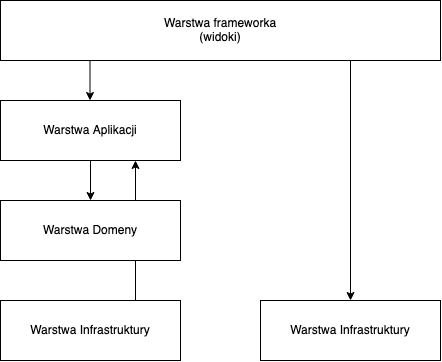
Earlier version of the draw.io export diagrams/6_3_separate_stacks_no_queries.drawio.png (Enforcer/implementing-the-clean-architecture). Source tidied: cells renumbered, new cells last; positions are measured from the earlier drawing's top-left corner, leaving out a move shared by most shapes. Source of this version:
```xml
<mxGraphModel>
  <root>
    <mxCell id="0" />
    <mxCell id="1" parent="0" />
    <mxCell id="2" value="&lt;div&gt;Warstwa frameworka&lt;/div&gt;&lt;div&gt;(widoki)&lt;/div&gt;" style="rounded=0;whiteSpace=wrap;html=1;shadow=0;comic=0;strokeWidth=1;fillColor=#ffffff;fontSize=12;align=center;strokeColor=#000000;" parent="1" vertex="1">
      <mxGeometry width="440" height="60" as="geometry" />
    </mxCell>
    <mxCell id="3" style="edgeStyle=orthogonalEdgeStyle;rounded=0;html=1;exitX=0.5;exitY=1;entryX=0.5;entryY=0;endArrow=classic;endFill=1;endSize=6;jettySize=auto;strokeWidth=1;fontSize=12;" parent="1" edge="1" source="4" target="6">
      <mxGeometry relative="1" as="geometry" />
    </mxCell>
    <mxCell id="4" value="Warstwa Aplikacji" style="rounded=0;whiteSpace=wrap;html=1;shadow=0;comic=0;strokeWidth=1;fillColor=#ffffff;fontSize=12;align=center;strokeColor=#000000;" parent="1" vertex="1">
      <mxGeometry y="100" width="180" height="60" as="geometry" />
    </mxCell>
    <mxCell id="5" style="edgeStyle=orthogonalEdgeStyle;rounded=0;jettySize=auto;html=1;exitX=0.75;exitY=0;exitDx=0;exitDy=0;entryX=0.75;entryY=1;entryDx=0;entryDy=0;fontFamily=Courier New;fontSize=11;startArrow=none;startFill=0;endArrow=classic;endFill=1;" parent="1" edge="1" source="7" target="4">
      <mxGeometry relative="1" as="geometry" />
    </mxCell>
    <mxCell id="6" value="Warstwa Domeny" style="rounded=0;whiteSpace=wrap;html=1;shadow=0;comic=0;strokeWidth=1;fillColor=#ffffff;fontSize=12;align=center;strokeColor=#000000;" parent="1" vertex="1">
      <mxGeometry y="200" width="180" height="60" as="geometry" />
    </mxCell>
    <mxCell id="7" value="Warstwa Infrastruktury" style="rounded=0;whiteSpace=wrap;html=1;shadow=0;comic=0;strokeWidth=1;fillColor=#ffffff;fontSize=12;align=center;strokeColor=#000000;" parent="1" vertex="1">
      <mxGeometry y="300" width="180" height="60" as="geometry" />
    </mxCell>
    <mxCell id="8" style="edgeStyle=orthogonalEdgeStyle;rounded=0;html=1;exitX=0.5;exitY=1;entryX=0.5;entryY=0;endArrow=classic;endFill=1;endSize=6;jettySize=auto;strokeWidth=1;fontSize=12;entryDx=0;entryDy=0;" parent="1" edge="1" target="10">
      <mxGeometry relative="1" as="geometry">
        <mxPoint x="350" y="60" as="sourcePoint" />
      </mxGeometry>
    </mxCell>
    <mxCell id="9" style="edgeStyle=orthogonalEdgeStyle;rounded=0;html=1;exitX=0.5;exitY=1;entryX=0.5;entryY=0;endArrow=classic;endFill=1;endSize=6;jettySize=auto;orthogonalLoop=1;strokeWidth=1;fontSize=12;" parent="1" edge="1">
      <mxGeometry relative="1" as="geometry">
        <mxPoint x="89.5" y="60" as="sourcePoint" />
        <mxPoint x="89.5" y="100" as="targetPoint" />
      </mxGeometry>
    </mxCell>
    <mxCell id="10" value="Warstwa Infrastruktury" style="rounded=0;whiteSpace=wrap;html=1;shadow=0;comic=0;strokeWidth=1;fillColor=#ffffff;fontSize=12;align=center;strokeColor=#000000;" parent="1" vertex="1">
      <mxGeometry x="260" y="300" width="180" height="60" as="geometry" />
    </mxCell>
  </root>
</mxGraphModel>
```
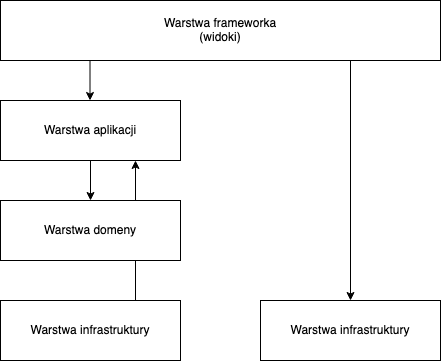
The same diagram one commit later.

What changed in the source:
```diff
@@ -8,16 +8,16 @@
     <mxCell id="3" style="edgeStyle=orthogonalEdgeStyle;rounded=0;html=1;exitX=0.5;exitY=1;entryX=0.5;entryY=0;endArrow=classic;endFill=1;endSize=6;jettySize=auto;strokeWidth=1;fontSize=12;" parent="1" edge="1" source="4" target="6">
       <mxGeometry relative="1" as="geometry" />
     </mxCell>
-    <mxCell id="4" value="Warstwa Aplikacji" style="rounded=0;whiteSpace=wrap;html=1;shadow=0;comic=0;strokeWidth=1;fillColor=#ffffff;fontSize=12;align=center;strokeColor=#000000;" parent="1" vertex="1">
+    <mxCell id="4" value="Warstwa aplikacji" style="rounded=0;whiteSpace=wrap;html=1;shadow=0;comic=0;strokeWidth=1;fillColor=#ffffff;fontSize=12;align=center;strokeColor=#000000;" parent="1" vertex="1">
       <mxGeometry y="100" width="180" height="60" as="geometry" />
     </mxCell>
     <mxCell id="5" style="edgeStyle=orthogonalEdgeStyle;rounded=0;jettySize=auto;html=1;exitX=0.75;exitY=0;exitDx=0;exitDy=0;entryX=0.75;entryY=1;entryDx=0;entryDy=0;fontFamily=Courier New;fontSize=11;startArrow=none;startFill=0;endArrow=classic;endFill=1;" parent="1" edge="1" source="7" target="4">
       <mxGeometry relative="1" as="geometry" />
     </mxCell>
-    <mxCell id="6" value="Warstwa Domeny" style="rounded=0;whiteSpace=wrap;html=1;shadow=0;comic=0;strokeWidth=1;fillColor=#ffffff;fontSize=12;align=center;strokeColor=#000000;" parent="1" vertex="1">
+    <mxCell id="6" value="Warstwa domeny" style="rounded=0;whiteSpace=wrap;html=1;shadow=0;comic=0;strokeWidth=1;fillColor=#ffffff;fontSize=12;align=center;strokeColor=#000000;" parent="1" vertex="1">
       <mxGeometry y="200" width="180" height="60" as="geometry" />
     </mxCell>
-    <mxCell id="7" value="Warstwa Infrastruktury" style="rounded=0;whiteSpace=wrap;html=1;shadow=0;comic=0;strokeWidth=1;fillColor=#ffffff;fontSize=12;align=center;strokeColor=#000000;" parent="1" vertex="1">
+    <mxCell id="7" value="Warstwa infrastruktury" style="rounded=0;whiteSpace=wrap;html=1;shadow=0;comic=0;strokeWidth=1;fillColor=#ffffff;fontSize=12;align=center;strokeColor=#000000;" parent="1" vertex="1">
       <mxGeometry y="300" width="180" height="60" as="geometry" />
     </mxCell>
     <mxCell id="8" style="edgeStyle=orthogonalEdgeStyle;rounded=0;html=1;exitX=0.5;exitY=1;entryX=0.5;entryY=0;endArrow=classic;endFill=1;endSize=6;jettySize=auto;strokeWidth=1;fontSize=12;entryDx=0;entryDy=0;" parent="1" edge="1" target="10">
@@ -31,7 +31,7 @@
         <mxPoint x="89.5" y="100" as="targetPoint" />
       </mxGeometry>
     </mxCell>
-    <mxCell id="10" value="Warstwa Infrastruktury" style="rounded=0;whiteSpace=wrap;html=1;shadow=0;comic=0;strokeWidth=1;fillColor=#ffffff;fontSize=12;align=center;strokeColor=#000000;" parent="1" vertex="1">
+    <mxCell id="10" value="Warstwa infrastruktury" style="rounded=0;whiteSpace=wrap;html=1;shadow=0;comic=0;strokeWidth=1;fillColor=#ffffff;fontSize=12;align=center;strokeColor=#000000;" parent="1" vertex="1">
       <mxGeometry x="260" y="300" width="180" height="60" as="geometry" />
     </mxCell>
   </root>
```
